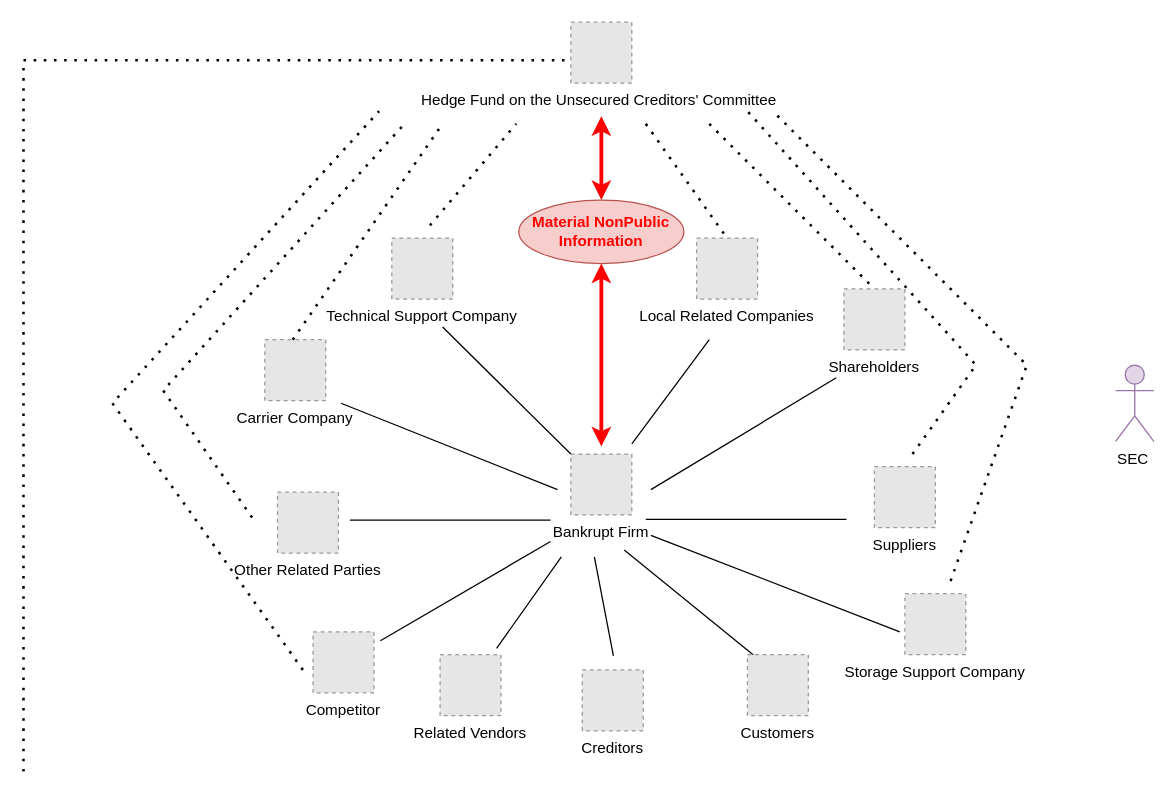
This is Untitled Diagram.drawio from imyanyang/docs, a draw.io file, before an edit. Source tidied: cells renumbered, new cells numbered last; positions are measured from the earlier drawing's top-left corner, leaving out a move shared by most shapes. Both pictures are drawn from the tidied source at 127%, with x=0, y=0 at pixel (23, 22). Pictures stored in the file or linked from it are replaced by grey dashed boxes.
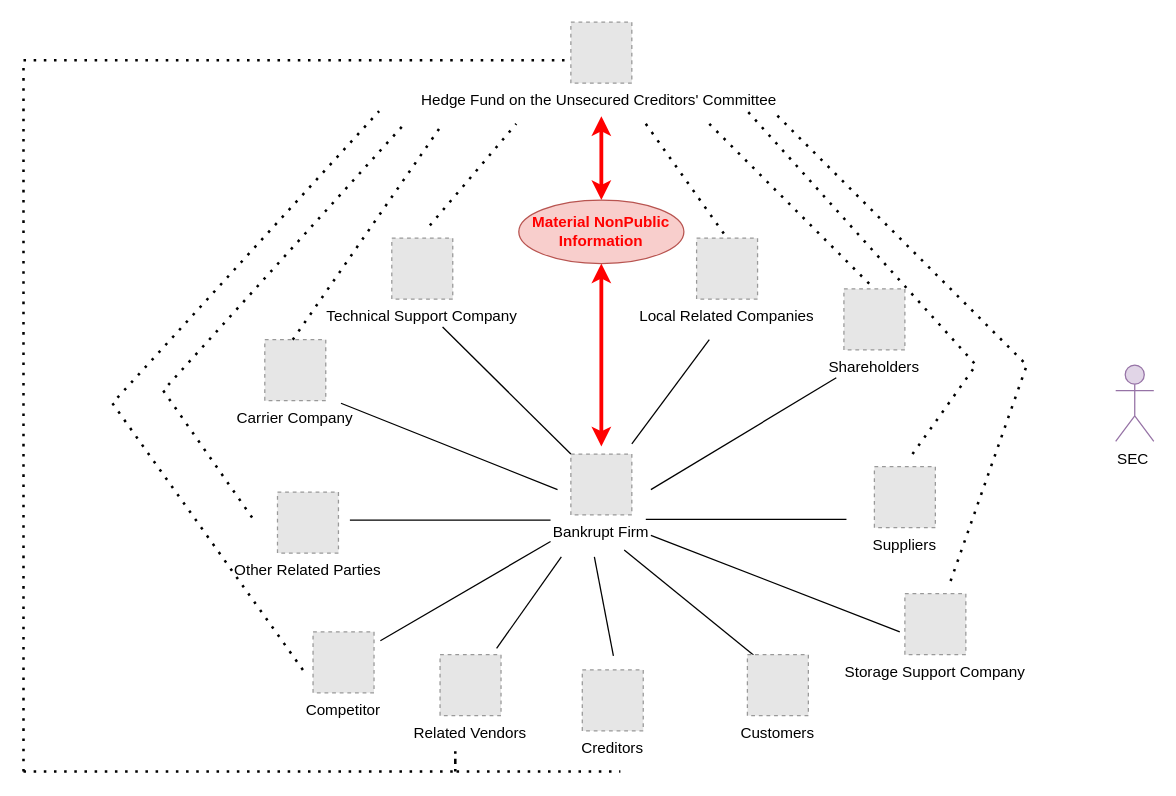
Above is the later version.

What changed in the source:
```diff
@@
+    <mxCell id="39" style="endArrow=none;dashed=1;html=1;dashPattern=1 3;strokeWidth=2;rounded=0;" parent="1" edge="1">
+      <mxGeometry relative="1" as="geometry">
+        <mxPoint y="590" as="sourcePoint" />
+        <mxPoint x="340" y="590" as="targetPoint" />
+      </mxGeometry>
+    </mxCell>
+    <mxCell id="40" style="endArrow=none;dashed=1;html=1;dashPattern=1 3;strokeWidth=2;rounded=0;" parent="1" edge="1">
+      <mxGeometry relative="1" as="geometry">
+        <mxPoint x="340" y="580" as="sourcePoint" />
+        <mxPoint x="340" y="570" as="targetPoint" />
+        <Array as="points">
+          <mxPoint x="340" y="590" />
+          <mxPoint x="340" y="580" />
+        </Array>
+      </mxGeometry>
+    </mxCell>
+    <mxCell id="41" style="endArrow=none;dashed=1;html=1;dashPattern=1 3;strokeWidth=2;rounded=0;" parent="1" edge="1">
+      <mxGeometry relative="1" as="geometry">
+        <mxPoint x="341" y="590" as="sourcePoint" />
+        <mxPoint x="470" y="590" as="targetPoint" />
+      </mxGeometry>
+    </mxCell>
```
